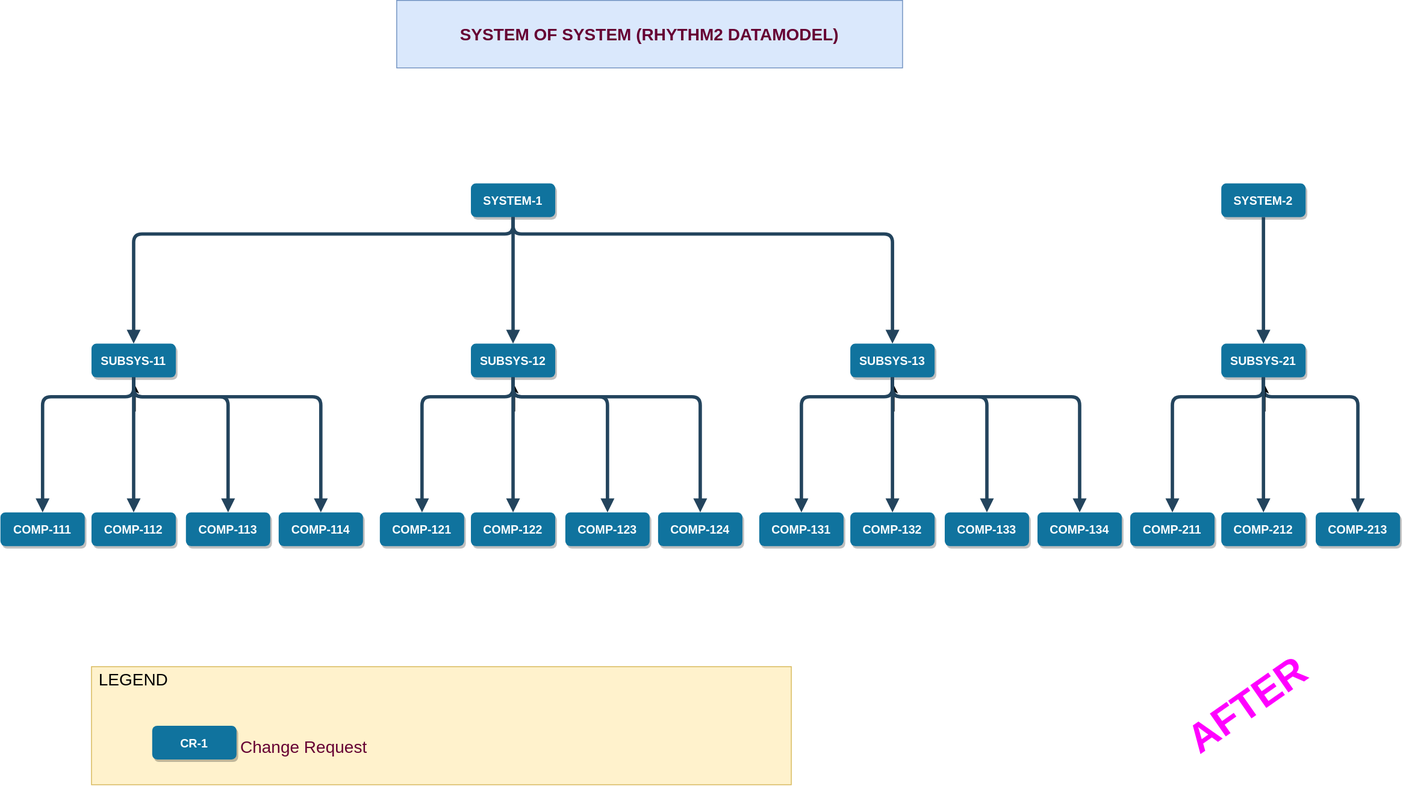
Above: SOS_Rhythm2_Contributions.svg in alaindelanay/drawings (draw.io), before the change. Source tidied: cells renumbered, new cells last; positions are measured from the earlier drawing's top-left corner, leaving out a move shared by most shapes.
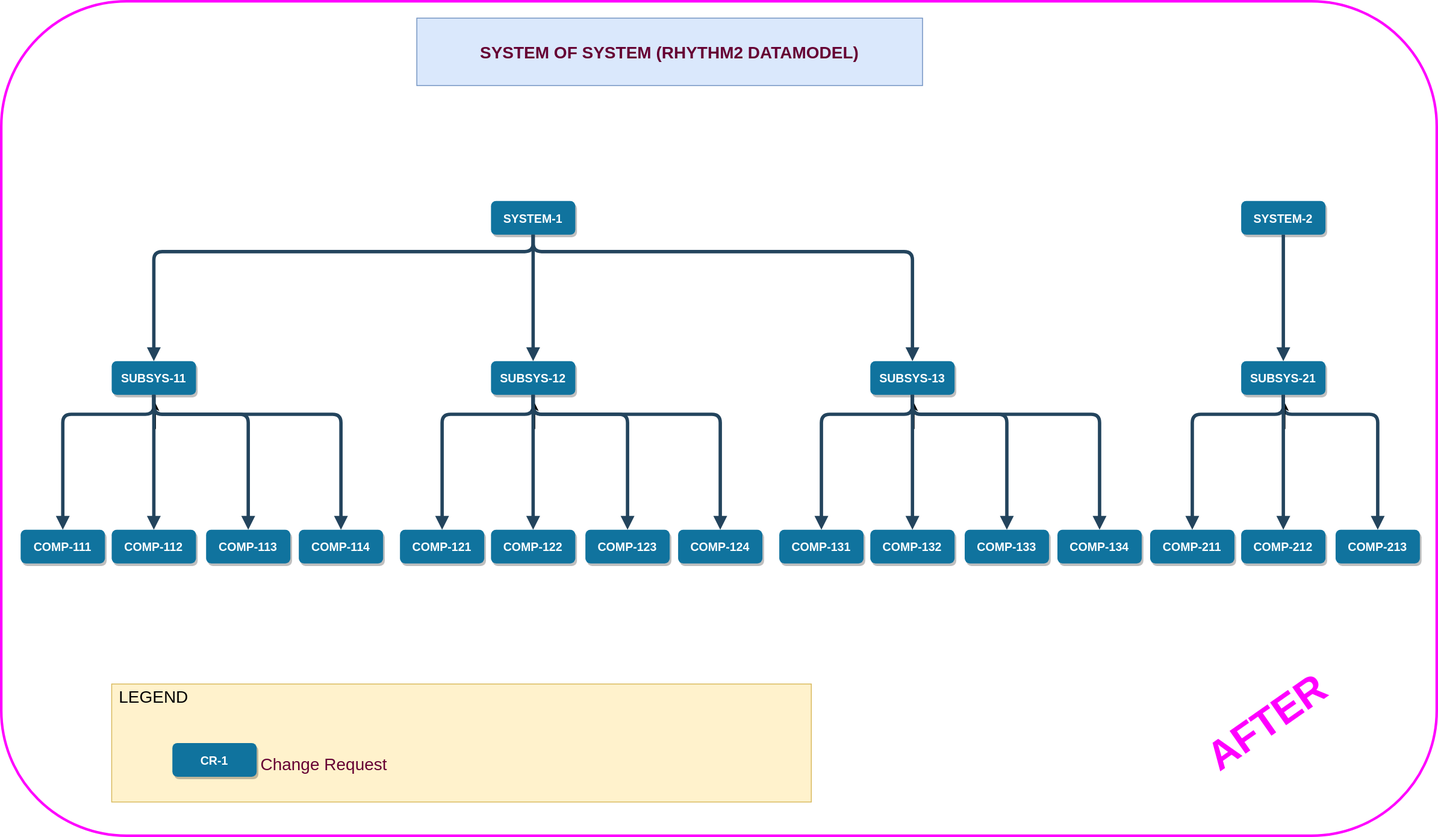
After the change.

The edit, as a diff of the source:
```diff
@@ -222,5 +222,8 @@
     <mxCell id="51" value="AFTER" style="text;html=1;strokeColor=none;fillColor=none;align=center;verticalAlign=middle;whiteSpace=wrap;rounded=0;rotation=-35;fontSize=48;fontStyle=1;fontColor=#FF00FF;" parent="1" vertex="1">
       <mxGeometry x="1380" y="820" width="197.2" height="30" as="geometry" />
     </mxCell>
+    <mxCell id="52" style="rounded=1;whiteSpace=wrap;html=1;fillColor=none;strokeColor=#FF00FF;strokeWidth=3;perimeterSpacing=3;" parent="1" vertex="1">
+      <mxGeometry x="-23" y="-20" width="1703" height="990" as="geometry" />
+    </mxCell>
   </root>
 </mxGraphModel>
```
